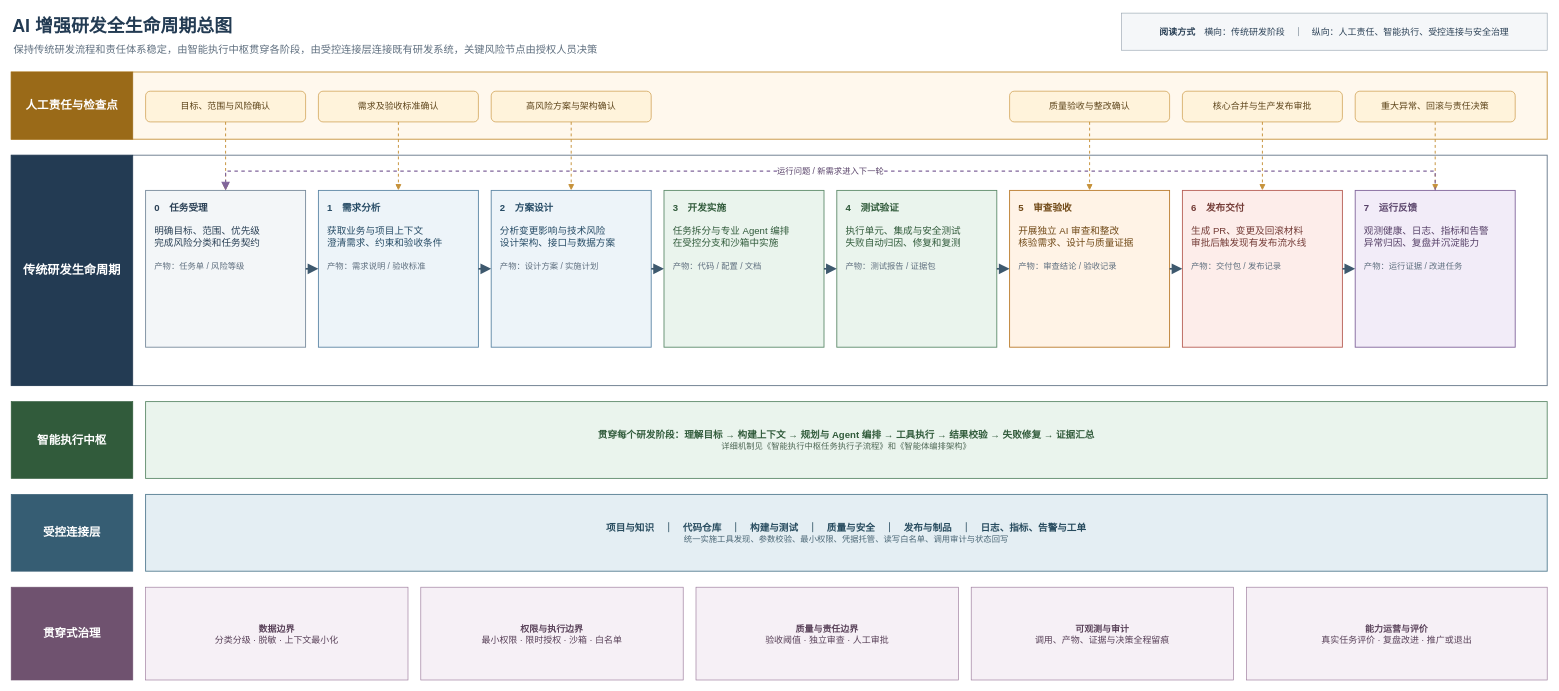
GeHahahaha/AI-paper keeps this draw.io diagram as diagrams/current/图1_AI增强研发全生命周期总图.drawio. Above is the earlier version. Source tidied: cells renumbered, new cells numbered last; positions are measured from the earlier drawing's top-left corner, leaving out a move shared by most shapes. Both pictures are drawn from the tidied source at 64%, with x=0, y=0 at pixel (11, 11).
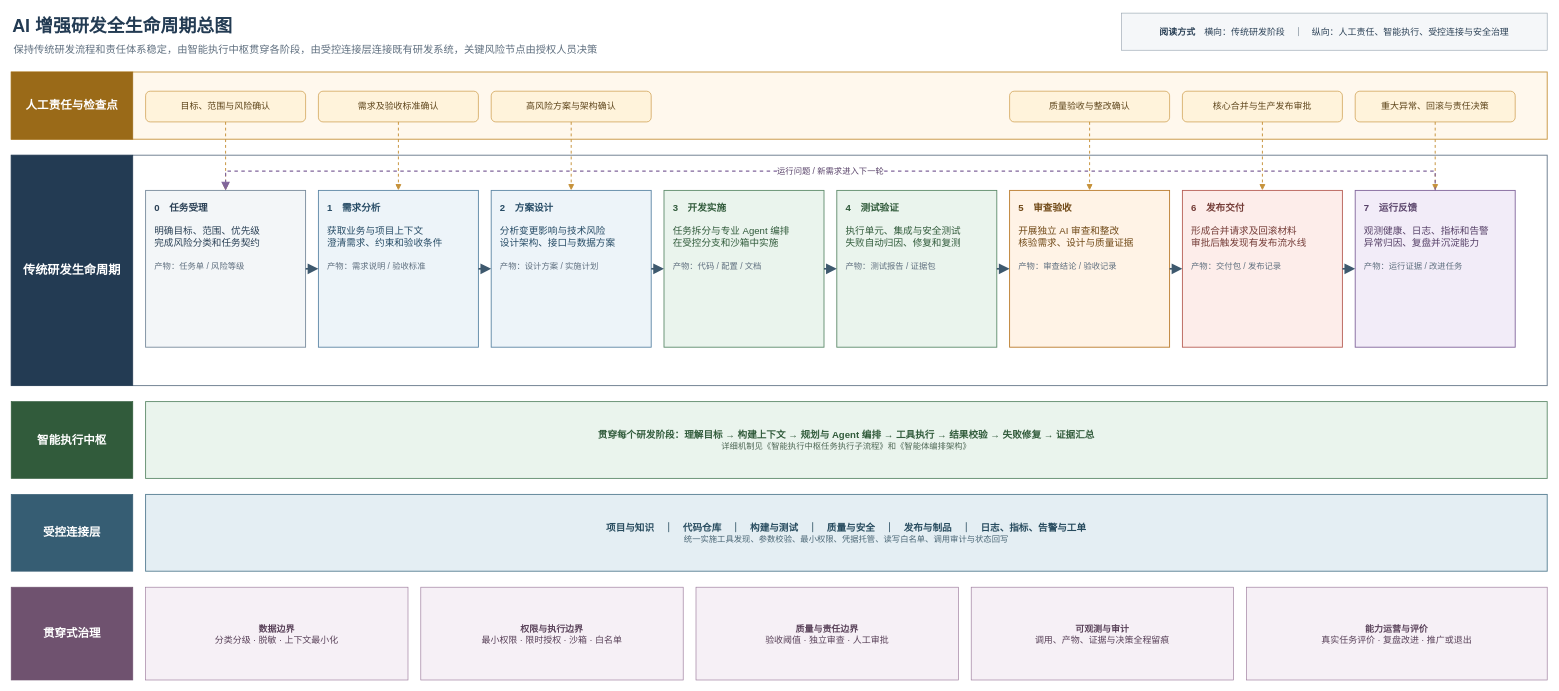
The same page after the edit.

Change to the diagram source:
```diff
@@
-    <mxCell id="21" value="&lt;b&gt;6　发布交付&lt;/b&gt;&lt;br&gt;&lt;br&gt;生成 PR、变更及回滚材料&lt;br&gt;审批后触发现有发布流水线&lt;br&gt;&lt;br&gt;&lt;font style=&quot;font-size:13px;color:#5F6F7F&quot;&gt;产物：交付包 / 发布记录&lt;/font&gt;" style="rounded=0;whiteSpace=wrap;html=1;fillColor=#FDEDEA;strokeColor=#B75E55;strokeWidth=1.4;fontFamily=Microsoft YaHei;fontColor=#743C37;fontSize=15;align=left;verticalAlign=top;spacing=14;" parent="1" vertex="1">
+    <mxCell id="21" value="&lt;b&gt;6　发布交付&lt;/b&gt;&lt;br&gt;&lt;br&gt;形成合并请求及回滚材料&lt;br&gt;审批后触发现有发布流水线&lt;br&gt;&lt;br&gt;&lt;font style=&quot;font-size:13px;color:#5F6F7F&quot;&gt;产物：交付包 / 发布记录&lt;/font&gt;" style="rounded=0;whiteSpace=wrap;html=1;fillColor=#FDEDEA;strokeColor=#B75E55;strokeWidth=1.4;fontFamily=Microsoft YaHei;fontColor=#743C37;fontSize=15;align=left;verticalAlign=top;spacing=14;" parent="1" vertex="1">
       <mxGeometry x="1830" y="280" width="250" height="245" as="geometry" />
     </mxCell>
```
